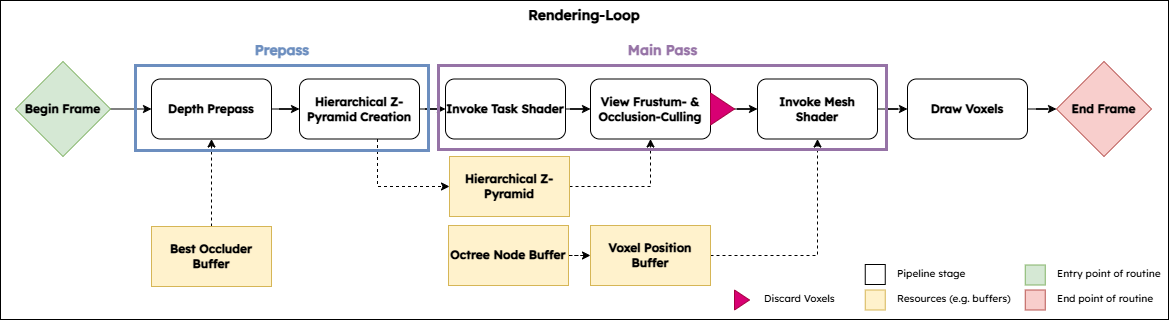
FreddyOm/MScThesis keeps this draw.io diagram as Paper/images/pipeline-rendering-loop.png. Above is the earlier version. Source tidied: cells renumbered, new cells last; positions are measured from the earlier drawing's top-left corner, leaving out a move shared by most shapes.
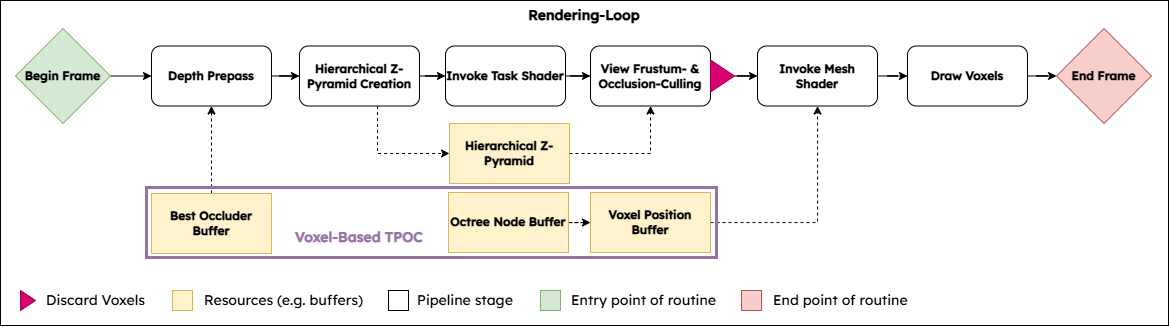
After the change.

Commit message:
Updated rendering loop diagram.

Change to the diagram source:
```diff
@@ -3,7 +3,7 @@
     <mxCell id="0" />
     <mxCell id="1" parent="0" />
     <mxCell id="2" value="&lt;b&gt;&lt;font style=&quot;font-size: 14px;&quot; face=&quot;Lexend&quot;&gt;Rendering-Loop&lt;/font&gt;&lt;/b&gt;" style="rounded=0;whiteSpace=wrap;html=1;verticalAlign=top;" parent="1" vertex="1">
-      <mxGeometry width="1168" height="319" as="geometry" />
+      <mxGeometry y="33" width="1168" height="325" as="geometry" />
     </mxCell>
     <mxCell id="3" style="edgeStyle=orthogonalEdgeStyle;rounded=0;jettySize=auto;html=1;" parent="1" edge="1" source="4" target="6">
       <mxGeometry relative="1" as="geometry" />
@@ -89,46 +89,40 @@
       <mxGeometry x="710" y="92.5" width="24" height="32" as="geometry" />
     </mxCell>
     <mxCell id="28" style="whiteSpace=wrap;html=1;fillColor=#fff2cc;strokeColor=#d6b656;" parent="1" vertex="1">
-      <mxGeometry x="864.8" y="289.5" width="20" height="20" as="geometry" />
+      <mxGeometry x="172" y="323" width="20" height="20" as="geometry" />
     </mxCell>
     <mxCell id="29" style="whiteSpace=wrap;html=1;fillColor=#d5e8d4;strokeColor=#82b366;" parent="1" vertex="1">
-      <mxGeometry x="1024.8" y="264.5" width="20" height="20" as="geometry" />
+      <mxGeometry x="540" y="323" width="20" height="20" as="geometry" />
     </mxCell>
     <mxCell id="30" style="whiteSpace=wrap;html=1;fillColor=#f8cecc;strokeColor=#b85450;" parent="1" vertex="1">
-      <mxGeometry x="1024.8" y="289.5" width="20" height="20" as="geometry" />
+      <mxGeometry x="741" y="323" width="20" height="20" as="geometry" />
     </mxCell>
-    <mxCell id="31" value="&lt;font style=&quot;font-size: 10px;&quot; face=&quot;Lexend&quot;&gt;Resources (e.g. buffers)&lt;/font&gt;" style="text;html=1;align=left;verticalAlign=middle;whiteSpace=wrap;rounded=0;" parent="1" vertex="1">
-      <mxGeometry x="894.8" y="286.5" width="130" height="23" as="geometry" />
+    <mxCell id="31" value="&lt;font face=&quot;Lexend&quot;&gt;Resources (e.g. buffers)&lt;/font&gt;" style="text;html=1;align=left;verticalAlign=middle;whiteSpace=wrap;rounded=0;fontSize=14;" parent="1" vertex="1">
+      <mxGeometry x="202" y="321.5" width="170" height="23" as="geometry" />
     </mxCell>
-    <mxCell id="32" value="&lt;font style=&quot;font-size: 10px;&quot; face=&quot;Lexend&quot;&gt;Entry point of routine&lt;/font&gt;" style="text;html=1;align=left;verticalAlign=middle;whiteSpace=wrap;rounded=0;" parent="1" vertex="1">
-      <mxGeometry x="1054.8" y="261.5" width="110" height="23" as="geometry" />
+    <mxCell id="32" value="&lt;font face=&quot;Lexend&quot;&gt;Entry point of routine&lt;/font&gt;" style="text;html=1;align=left;verticalAlign=middle;whiteSpace=wrap;rounded=0;fontSize=14;" parent="1" vertex="1">
+      <mxGeometry x="569" y="321.5" width="155.8" height="23" as="geometry" />
     </mxCell>
-    <mxCell id="33" value="&lt;font style=&quot;font-size: 10px;&quot; face=&quot;Lexend&quot;&gt;End point of routine&lt;/font&gt;" style="text;html=1;align=left;verticalAlign=middle;whiteSpace=wrap;rounded=0;" parent="1" vertex="1">
-      <mxGeometry x="1054.8" y="286.5" width="110" height="23" as="geometry" />
+    <mxCell id="33" value="&lt;font face=&quot;Lexend&quot;&gt;End point of routine&lt;/font&gt;" style="text;html=1;align=left;verticalAlign=middle;whiteSpace=wrap;rounded=0;fontSize=14;" parent="1" vertex="1">
+      <mxGeometry x="771" y="321.5" width="142" height="23" as="geometry" />
     </mxCell>
     <mxCell id="34" style="whiteSpace=wrap;html=1;" parent="1" vertex="1">
-      <mxGeometry x="864.8" y="264" width="20" height="20" as="geometry" />
+      <mxGeometry x="388" y="323" width="20" height="20" as="geometry" />
     </mxCell>
-    <mxCell id="35" value="&lt;font style=&quot;font-size: 10px;&quot; face=&quot;Lexend&quot;&gt;Pipeline stage&lt;/font&gt;" style="text;html=1;align=left;verticalAlign=middle;whiteSpace=wrap;rounded=0;" parent="1" vertex="1">
-      <mxGeometry x="894.8" y="261" width="130" height="23" as="geometry" />
+    <mxCell id="35" value="&lt;font face=&quot;Lexend&quot;&gt;Pipeline stage&lt;/font&gt;" style="text;html=1;align=left;verticalAlign=middle;whiteSpace=wrap;rounded=0;fontSize=14;" parent="1" vertex="1">
+      <mxGeometry x="415" y="321.5" width="104" height="23" as="geometry" />
     </mxCell>
     <mxCell id="36" style="triangle;whiteSpace=wrap;html=1;fillColor=#d80073;fontColor=#ffffff;strokeColor=#A50040;" parent="1" vertex="1">
-      <mxGeometry x="734" y="289.5" width="15" height="20" as="geometry" />
+      <mxGeometry x="20" y="323" width="15" height="20" as="geometry" />
     </mxCell>
-    <mxCell id="37" value="&lt;font face=&quot;Lexend&quot;&gt;&lt;span style=&quot;font-size: 10px;&quot;&gt;Discard Voxels&lt;/span&gt;&lt;/font&gt;" style="text;html=1;align=left;verticalAlign=middle;whiteSpace=wrap;rounded=0;" parent="1" vertex="1">
-      <mxGeometry x="761.5" y="286.5" width="101.2" height="23" as="geometry" />
+    <mxCell id="37" value="&lt;font face=&quot;Lexend&quot;&gt;&lt;span&gt;Discard Voxels&lt;/span&gt;&lt;/font&gt;" style="text;html=1;align=left;verticalAlign=middle;whiteSpace=wrap;rounded=0;fontSize=14;" parent="1" vertex="1">
+      <mxGeometry x="44" y="321.5" width="101.2" height="23" as="geometry" />
     </mxCell>
-    <mxCell id="38" style="rounded=0;whiteSpace=wrap;html=1;fillColor=none;strokeColor=#6c8ebf;strokeWidth=3;" parent="1" vertex="1">
-      <mxGeometry x="135" y="65" width="293" height="85" as="geometry" />
-    </mxCell>
     <mxCell id="39" style="rounded=0;whiteSpace=wrap;html=1;fillColor=none;strokeColor=#9673a6;strokeWidth=3;" parent="1" vertex="1">
-      <mxGeometry x="438" y="65" width="448" height="84" as="geometry" />
+      <mxGeometry x="146" y="220" width="570" height="70" as="geometry" />
     </mxCell>
-    <mxCell id="40" value="&lt;font style=&quot;color: light-dark(rgb(108, 142, 191), rgb(237, 237, 237)); font-size: 14px;&quot; face=&quot;Lexend&quot;&gt;&lt;b style=&quot;&quot;&gt;Prepass&lt;/b&gt;&lt;/font&gt;" style="text;html=1;align=center;verticalAlign=middle;whiteSpace=wrap;rounded=0;" parent="1" vertex="1">
-      <mxGeometry x="251.5" y="35" width="60" height="30" as="geometry" />
-    </mxCell>
-    <mxCell id="41" value="&lt;font style=&quot;color: light-dark(rgb(150, 115, 166), rgb(92, 121, 163));&quot; face=&quot;Lexend&quot;&gt;&lt;span style=&quot;font-size: 14px;&quot;&gt;&lt;b style=&quot;&quot;&gt;Main Pass&lt;/b&gt;&lt;/span&gt;&lt;/font&gt;" style="text;html=1;align=center;verticalAlign=middle;whiteSpace=wrap;rounded=0;" parent="1" vertex="1">
-      <mxGeometry x="615.5" y="35" width="93" height="30" as="geometry" />
+    <mxCell id="41" value="&lt;font style=&quot;color: light-dark(rgb(150, 115, 166), rgb(92, 121, 163));&quot; face=&quot;Lexend&quot;&gt;&lt;span style=&quot;font-size: 14px;&quot;&gt;&lt;b style=&quot;&quot;&gt;Voxel-Based TPOC&lt;/b&gt;&lt;/span&gt;&lt;/font&gt;" style="text;html=1;align=center;verticalAlign=middle;whiteSpace=wrap;rounded=0;" parent="1" vertex="1">
+      <mxGeometry x="287" y="255" width="144" height="30" as="geometry" />
     </mxCell>
   </root>
 </mxGraphModel>
```
